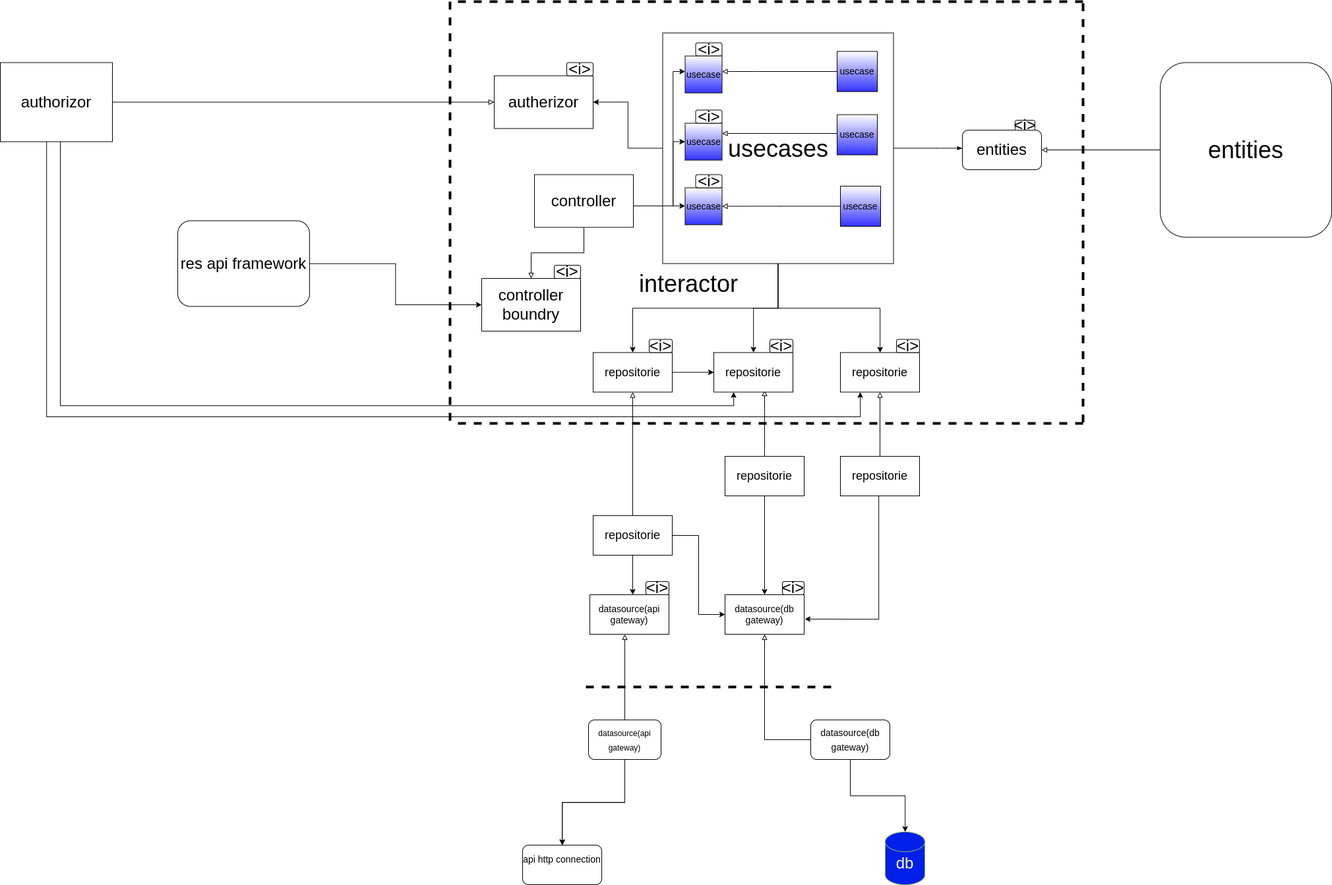
Earlier version of the draw.io export flow of controle for (the-door).png (ahmed4040400/the-door). Source tidied: cells renumbered, new cells last; positions are measured from the earlier drawing's top-left corner, leaving out a move shared by most shapes.
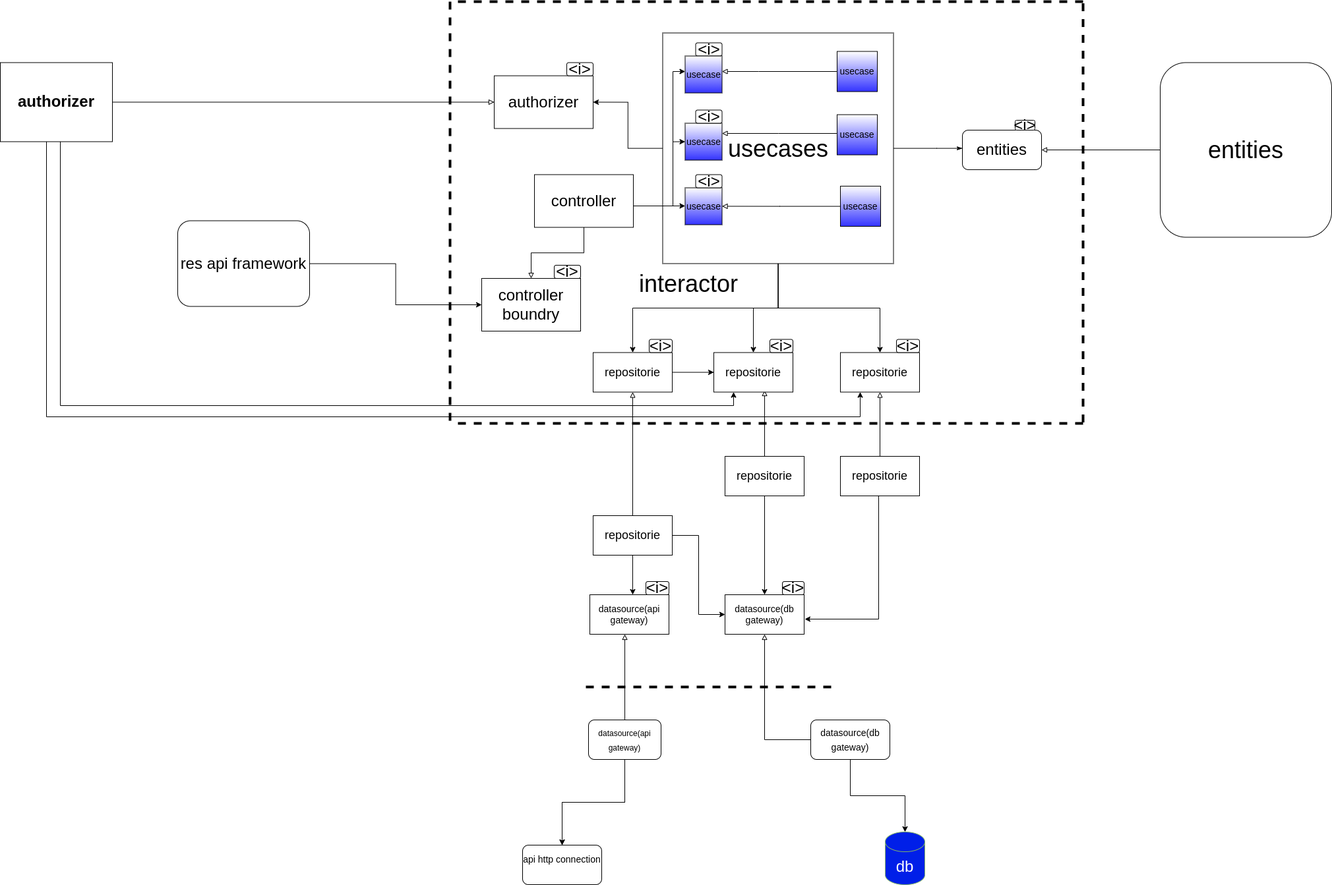
After the change.

What changed in the source:
```diff
@@ -177,10 +177,10 @@
         </Array>
       </mxGeometry>
     </mxCell>
-    <mxCell id="45" value="authorizor" style="rounded=0;whiteSpace=wrap;html=1;glass=0;sketch=0;fontSize=24;" parent="1" vertex="1">
+    <mxCell id="45" value="&lt;div style=&quot;font-family: &amp;quot;input mono&amp;quot;, &amp;quot;Droid Sans Mono&amp;quot;, &amp;quot;monospace&amp;quot;, monospace; font-size: 16px; line-height: 22px;&quot;&gt;&lt;span style=&quot;font-family: Helvetica; font-size: 24px;&quot;&gt;&lt;b&gt;authorizer&lt;/b&gt;&lt;/span&gt;&lt;br&gt;&lt;/div&gt;" style="rounded=0;whiteSpace=wrap;html=1;glass=0;sketch=0;fontSize=24;" parent="1" vertex="1">
       <mxGeometry y="92.5" width="170" height="120" as="geometry" />
     </mxCell>
-    <mxCell id="46" value="autherizor" style="rounded=0;whiteSpace=wrap;html=1;glass=0;sketch=0;fontSize=24;" parent="1" vertex="1">
+    <mxCell id="46" value="authorizer" style="rounded=0;whiteSpace=wrap;html=1;glass=0;sketch=0;fontSize=24;" parent="1" vertex="1">
       <mxGeometry x="749" y="112.5" width="150" height="80" as="geometry" />
     </mxCell>
     <mxCell id="47" value="&amp;lt;i&amp;gt;" style="rounded=1;whiteSpace=wrap;html=1;glass=0;sketch=0;fontSize=24;" parent="1" vertex="1">
```
